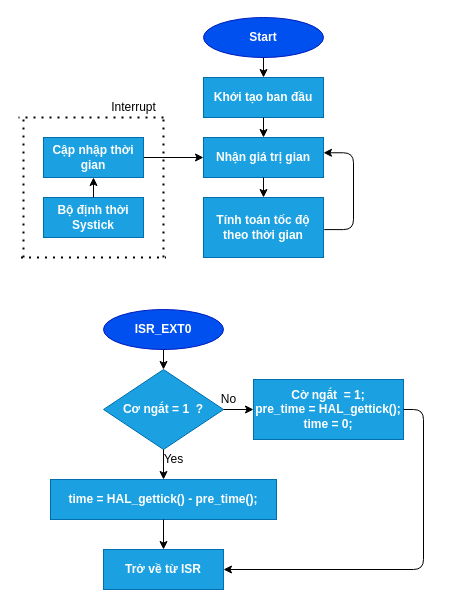
Before: page "Page-1" (1 of 3) of Untitled 1Diagram.drawio in truongvanthinh/AutonomousCar, a draw.io diagram. Source tidied: cells renumbered, new cells numbered last; positions are measured from the earlier drawing's top-left corner, leaving out a move shared by most shapes. Both pictures are drawn from the tidied source at 100%, with x=0, y=0 at pixel (18, 17).
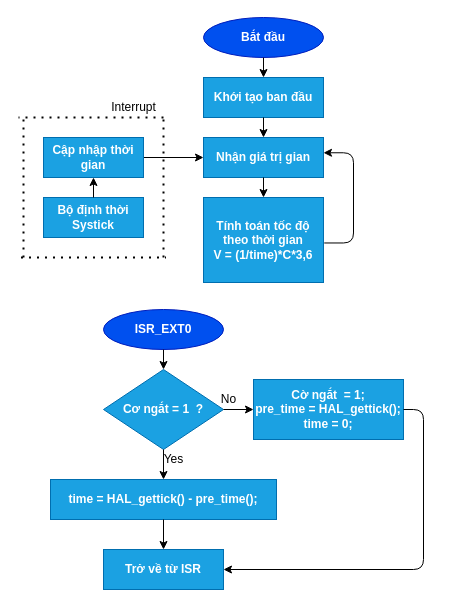
The same diagram, later.

What changed in the source:
```diff
@@
-    <mxCell id="2" value="&lt;b&gt;Start&lt;/b&gt;" style="ellipse;whiteSpace=wrap;html=1;fillColor=#0050ef;strokeColor=#001DBC;fontColor=#ffffff;" parent="1" vertex="1">
+    <mxCell id="2" value="&lt;b&gt;Bắt đầu&lt;/b&gt;" style="ellipse;whiteSpace=wrap;html=1;fillColor=#0050ef;strokeColor=#001DBC;fontColor=#ffffff;" parent="1" vertex="1">
       <mxGeometry x="185" width="120" height="40" as="geometry" />
     </mxCell>
@@
-    <mxCell id="8" value="&lt;b&gt;Tính toán tốc độ theo thời gian&lt;/b&gt;" style="rounded=0;whiteSpace=wrap;html=1;fillColor=#1ba1e2;strokeColor=#006EAF;fontColor=#ffffff;" parent="1" vertex="1">
-      <mxGeometry x="185" y="180" width="120" height="60" as="geometry" />
+    <mxCell id="8" value="&lt;b&gt;Tính toán tốc độ theo thời gian&lt;br&gt;V = (1/time)*C*3,6&lt;br&gt;&lt;/b&gt;" style="rounded=0;whiteSpace=wrap;html=1;fillColor=#1ba1e2;strokeColor=#006EAF;fontColor=#ffffff;" parent="1" vertex="1">
+      <mxGeometry x="185" y="180" width="120" height="85" as="geometry" />
     </mxCell>
```
